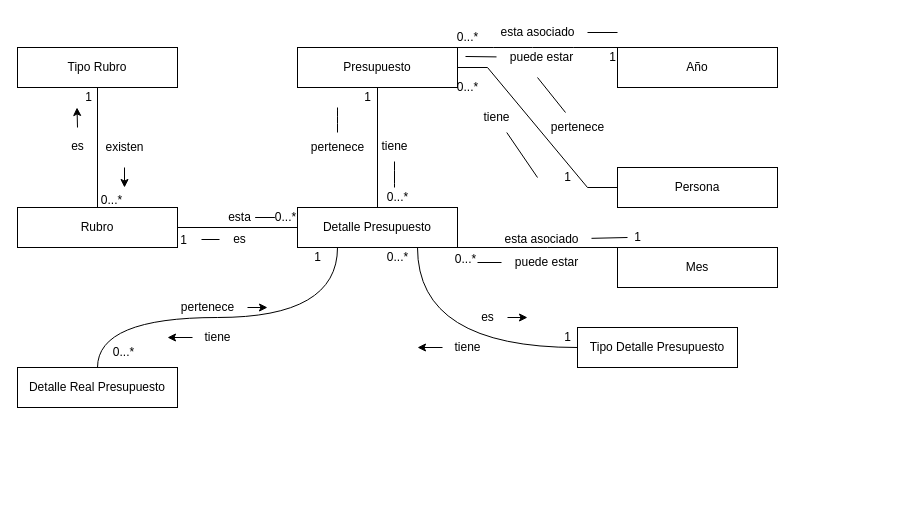
Above: page "Clase 3" (4 of 5) of Modelo de dominio.drawio in DOOPan2022/Presupuesto (draw.io), before the change. Source tidied: cells renumbered, new cells numbered last; positions are measured from the earlier drawing's top-left corner, leaving out a move shared by most shapes. Both pictures are drawn from the tidied source at 100%, with x=0, y=0 at pixel (17, 17).
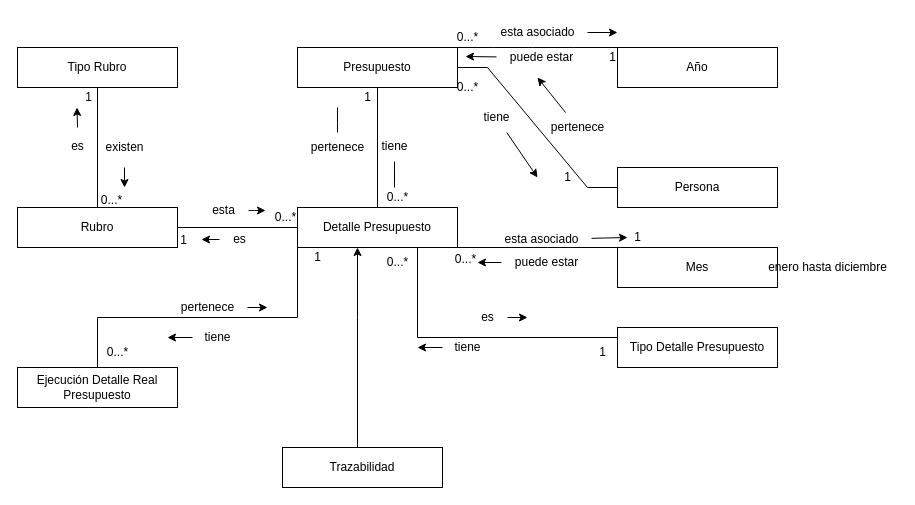
After the change.

Unchanged cells that the change refers to:
```xml
<mxCell id="9" value="Detalle Presupuesto" style="rounded=0;whiteSpace=wrap;html=1;" parent="1" vertex="1">
  <mxGeometry x="280" y="190" width="160" height="40" as="geometry" />
</mxCell>
<mxCell id="25" value="1" style="text;html=1;align=center;verticalAlign=middle;points=[];strokeColor=none;fillColor=none;" parent="1" vertex="1">
  <mxGeometry x="151" y="208" width="30" height="30" as="geometry" />
</mxCell>
<mxCell id="27" value="es" style="text;html=1;align=center;verticalAlign=middle;points=[];strokeColor=none;fillColor=none;" parent="1" vertex="1">
  <mxGeometry x="202" y="207" width="40" height="30" as="geometry" />
</mxCell>
<mxCell id="30" value="0...*" style="text;html=1;align=center;verticalAlign=middle;points=[];strokeColor=none;fillColor=none;" parent="1" vertex="1">
  <mxGeometry x="248" y="185" width="40" height="30" as="geometry" />
</mxCell>
<mxCell id="38" value="pertenece" style="text;html=1;align=center;verticalAlign=middle;points=[];strokeColor=none;fillColor=none;" parent="1" vertex="1">
  <mxGeometry x="520" y="95" width="80" height="30" as="geometry" />
</mxCell>
<mxCell id="40" value="tiene" style="text;html=1;align=center;verticalAlign=middle;points=[];strokeColor=none;fillColor=none;" parent="1" vertex="1">
  <mxGeometry x="454" y="85" width="50" height="30" as="geometry" />
</mxCell>
<mxCell id="43" value="0...*" style="text;html=1;align=center;verticalAlign=middle;points=[];strokeColor=none;fillColor=none;" parent="1" vertex="1">
  <mxGeometry x="430" y="5" width="40" height="30" as="geometry" />
</mxCell>
<mxCell id="46" value="puede estar" style="text;html=1;align=center;verticalAlign=middle;points=[];strokeColor=none;fillColor=none;" parent="1" vertex="1">
  <mxGeometry x="479" y="25" width="90" height="30" as="geometry" />
</mxCell>
<mxCell id="48" value="esta asociado" style="text;html=1;align=center;verticalAlign=middle;points=[];strokeColor=none;fillColor=none;" parent="1" vertex="1">
  <mxGeometry x="470" width="100" height="30" as="geometry" />
</mxCell>
<mxCell id="50" value="esta asociado" style="text;html=1;align=center;verticalAlign=middle;points=[];strokeColor=none;fillColor=none;" parent="1" vertex="1">
  <mxGeometry x="474" y="207" width="100" height="30" as="geometry" />
</mxCell>
<mxCell id="52" value="puede estar" style="text;html=1;align=center;verticalAlign=middle;points=[];strokeColor=none;fillColor=none;" parent="1" vertex="1">
  <mxGeometry x="484" y="230" width="90" height="30" as="geometry" />
</mxCell>
```

Diff of the diagram source:
```diff
@@
-    <mxCell id="6" style="edgeStyle=orthogonalEdgeStyle;rounded=0;jettySize=auto;html=1;endArrow=none;endFill=0;curved=1;" parent="1" edge="1" source="9" target="14">
+    <mxCell id="6" style="edgeStyle=orthogonalEdgeStyle;rounded=0;jettySize=auto;html=1;endArrow=none;endFill=0;" parent="1" edge="1" source="9" target="14">
       <mxGeometry relative="1" as="geometry">
         <Array as="points">
-          <mxPoint x="320" y="300" />
+          <mxPoint x="280" y="300" />
           <mxPoint x="80" y="300" />
         </Array>
       </mxGeometry>
     </mxCell>
@@
-    <mxCell id="8" style="edgeStyle=orthogonalEdgeStyle;rounded=0;jettySize=auto;html=1;endArrow=none;endFill=0;curved=1;" parent="1" edge="1" source="9" target="21">
+    <mxCell id="8" style="edgeStyle=orthogonalEdgeStyle;rounded=0;jettySize=auto;html=1;endArrow=none;endFill=0;" parent="1" edge="1" source="9" target="21">
       <mxGeometry relative="1" as="geometry">
         <Array as="points">
-          <mxPoint x="400" y="330" />
+          <mxPoint x="400" y="320" />
         </Array>
       </mxGeometry>
     </mxCell>
@@
-    <mxCell id="14" value="Detalle Real Presupuesto" style="rounded=0;whiteSpace=wrap;html=1;" parent="1" vertex="1">
+    <mxCell id="14" value="Ejecución Detalle Real Presupuesto" style="rounded=0;whiteSpace=wrap;html=1;" parent="1" vertex="1">
       <mxGeometry y="350" width="160" height="40" as="geometry" />
     </mxCell>
@@
     <mxCell id="21" value="Tipo Detalle Presupuesto" style="rounded=0;whiteSpace=wrap;html=1;" parent="1" vertex="1">
-      <mxGeometry x="560" y="310" width="160" height="40" as="geometry" />
+      <mxGeometry x="600" y="310" width="160" height="40" as="geometry" />
     </mxCell>
@@
-    <mxCell id="26" style="edgeStyle=orthogonalEdgeStyle;curved=1;rounded=0;jettySize=auto;html=1;entryX=1.1;entryY=0.467;entryDx=0;entryDy=0;entryPerimeter=0;endArrow=none;endFill=0;elbow=vertical;" parent="1" edge="1" source="27" target="25">
+    <mxCell id="26" style="edgeStyle=orthogonalEdgeStyle;curved=1;rounded=0;jettySize=auto;html=1;entryX=1.1;entryY=0.467;entryDx=0;entryDy=0;entryPerimeter=0;endArrow=classic;endFill=1;elbow=vertical;" parent="1" edge="1" source="27" target="25">
       <mxGeometry relative="1" as="geometry" />
     </mxCell>
@@
-    <mxCell id="28" style="edgeStyle=orthogonalEdgeStyle;curved=1;rounded=0;jettySize=auto;html=1;endArrow=none;endFill=0;elbow=vertical;" parent="1" edge="1" source="29" target="30">
-      <mxGeometry relative="1" as="geometry" />
+    <mxCell id="28" style="edgeStyle=orthogonalEdgeStyle;curved=1;rounded=0;jettySize=auto;html=1;endArrow=classic;endFill=1;elbow=vertical;" parent="1" edge="1" source="29" target="30">
+      <mxGeometry relative="1" as="geometry">
+        <Array as="points">
+          <mxPoint x="270" y="200" />
+          <mxPoint x="270" y="200" />
+        </Array>
+      </mxGeometry>
     </mxCell>
     <mxCell id="29" value="esta" style="text;html=1;align=center;verticalAlign=middle;points=[];strokeColor=none;fillColor=none;" parent="1" vertex="1">
-      <mxGeometry x="197" y="185" width="50" height="30" as="geometry" />
+      <mxGeometry x="181" y="178" width="50" height="30" as="geometry" />
     </mxCell>
@@
-    <mxCell id="37" style="edgeStyle=none;rounded=0;jettySize=auto;html=1;endArrow=none;endFill=0;elbow=vertical;" parent="1" edge="1" source="38">
+    <mxCell id="37" style="edgeStyle=none;rounded=0;jettySize=auto;html=1;endArrow=classic;endFill=1;elbow=vertical;" parent="1" edge="1" source="38">
       <mxGeometry relative="1" as="geometry">
         <mxPoint x="520" y="60" as="targetPoint" />
       </mxGeometry>
     </mxCell>
@@
-    <mxCell id="39" style="rounded=0;jettySize=auto;html=1;endArrow=none;endFill=0;elbow=vertical;" parent="1" edge="1" source="40">
+    <mxCell id="39" style="rounded=0;jettySize=auto;html=1;endArrow=classic;endFill=1;elbow=vertical;" parent="1" edge="1" source="40">
       <mxGeometry relative="1" as="geometry">
         <mxPoint x="520" y="160" as="targetPoint" />
       </mxGeometry>
     </mxCell>
@@
-    <mxCell id="45" style="edgeStyle=none;rounded=0;jettySize=auto;html=1;entryX=0.45;entryY=1.133;entryDx=0;entryDy=0;entryPerimeter=0;endArrow=none;endFill=0;elbow=vertical;" parent="1" edge="1" source="46" target="43">
+    <mxCell id="45" style="edgeStyle=none;rounded=0;jettySize=auto;html=1;entryX=0.45;entryY=1.133;entryDx=0;entryDy=0;entryPerimeter=0;endArrow=classic;endFill=1;elbow=vertical;" parent="1" edge="1" source="46" target="43">
       <mxGeometry relative="1" as="geometry" />
     </mxCell>
@@
-    <mxCell id="47" style="edgeStyle=none;rounded=0;jettySize=auto;html=1;endArrow=none;endFill=0;elbow=vertical;" parent="1" edge="1" source="48">
+    <mxCell id="47" style="edgeStyle=none;rounded=0;jettySize=auto;html=1;endArrow=classic;endFill=1;elbow=vertical;" parent="1" edge="1" source="48">
       <mxGeometry relative="1" as="geometry">
         <mxPoint x="600" y="15" as="targetPoint" />
       </mxGeometry>
     </mxCell>
@@
-    <mxCell id="49" style="edgeStyle=none;rounded=0;jettySize=auto;html=1;endArrow=none;endFill=0;elbow=vertical;" parent="1" edge="1" source="50">
+    <mxCell id="49" style="edgeStyle=none;rounded=0;jettySize=auto;html=1;endArrow=classic;endFill=1;elbow=vertical;" parent="1" edge="1" source="50">
       <mxGeometry relative="1" as="geometry">
         <mxPoint x="610" y="220" as="targetPoint" />
       </mxGeometry>
     </mxCell>
@@
-    <mxCell id="51" style="edgeStyle=none;rounded=0;jettySize=auto;html=1;endArrow=none;endFill=0;elbow=vertical;" parent="1" edge="1" source="52">
+    <mxCell id="51" style="edgeStyle=none;rounded=0;jettySize=auto;html=1;endArrow=classic;endFill=1;elbow=vertical;" parent="1" edge="1" source="52">
       <mxGeometry relative="1" as="geometry">
         <mxPoint x="460" y="245" as="targetPoint" />
       </mxGeometry>
     </mxCell>
@@
     <mxCell id="55" value="1" style="text;html=1;align=center;verticalAlign=middle;strokeColor=none;fillColor=none;" parent="1" vertex="1">
-      <mxGeometry x="535" y="305" width="30" height="30" as="geometry" />
+      <mxGeometry x="570" y="320" width="30" height="30" as="geometry" />
     </mxCell>
     <mxCell id="56" value="0...*" style="text;html=1;align=center;verticalAlign=middle;strokeColor=none;fillColor=none;" parent="1" vertex="1">
-      <mxGeometry x="360" y="225" width="40" height="30" as="geometry" />
+      <mxGeometry x="360" y="230" width="40" height="30" as="geometry" />
     </mxCell>
@@
     <mxCell id="66" value="0...*" style="text;html=1;align=center;verticalAlign=middle;strokeColor=none;fillColor=none;" parent="1" vertex="1">
-      <mxGeometry x="86" y="320" width="40" height="30" as="geometry" />
+      <mxGeometry x="80" y="320" width="40" height="30" as="geometry" />
     </mxCell>
+    <mxCell id="67" style="edgeStyle=orthogonalEdgeStyle;rounded=0;jettySize=auto;html=1;" parent="1" edge="1" source="68" target="9">
+      <mxGeometry relative="1" as="geometry">
+        <Array as="points">
+          <mxPoint x="340" y="300" />
+          <mxPoint x="340" y="300" />
+        </Array>
+      </mxGeometry>
+    </mxCell>
+    <mxCell id="68" value="Trazabilidad" style="rounded=0;whiteSpace=wrap;html=1;" parent="1" vertex="1">
+      <mxGeometry x="265" y="430" width="160" height="40" as="geometry" />
+    </mxCell>
+    <mxCell id="69" value="enero hasta diciembre" style="text;html=1;align=center;verticalAlign=middle;strokeColor=none;fillColor=none;" parent="1" vertex="1">
+      <mxGeometry x="740" y="235" width="140" height="30" as="geometry" />
+    </mxCell>
```
